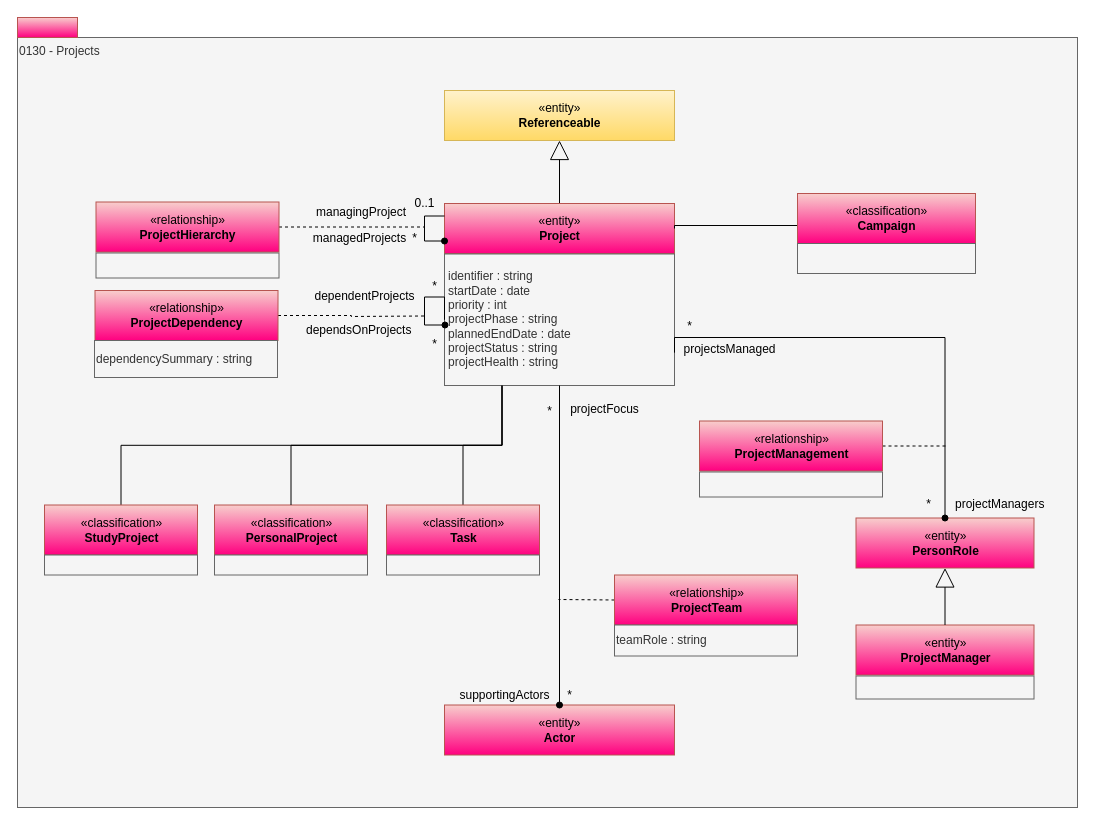
This is page "0130-Projects" (11 of 16) of site/docs/types/1/area-1-collaboration.drawio from odpi/egeria-docs, a draw.io file, before an edit. Source tidied: cells renumbered, new cells numbered last; positions are measured from the earlier drawing's top-left corner, leaving out a move shared by most shapes. Both pictures are drawn from the tidied source at 100%, with x=0, y=0 at pixel (17, 17).
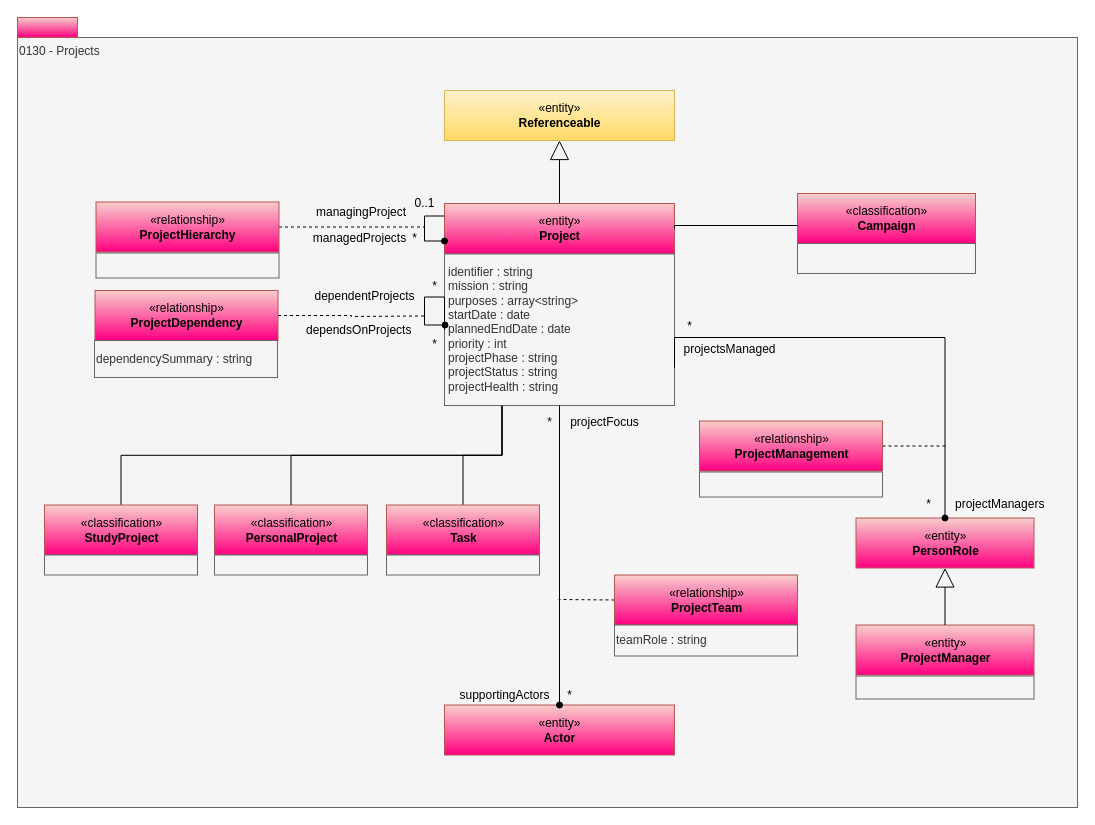
Above is the later version.

Change to the diagram source:
```diff
@@
-    <mxCell id="8" value="identifier : string&lt;br&gt;startDate : date&lt;div&gt;priority : int&lt;br&gt;&lt;div&gt;projectPhase : string&lt;br&gt;plannedEndDate : date&lt;br&gt;projectStatus : string&lt;div&gt;projectHealth : string&lt;/div&gt;&lt;/div&gt;&lt;/div&gt;" style="rounded=0;whiteSpace=wrap;html=1;align=left;spacingLeft=2;fillColor=#f5f5f5;fontColor=#333333;strokeColor=#666666;" parent="1" vertex="1">
-      <mxGeometry x="427" y="236.5" width="230" height="131.5" as="geometry" />
+    <mxCell id="8" value="identifier : string&lt;div&gt;mission : string&lt;/div&gt;&lt;div&gt;purposes : array&amp;lt;string&amp;gt;&lt;br&gt;startDate : date&lt;/div&gt;&lt;div&gt;plannedEndDate : date&lt;br&gt;&lt;div&gt;priority : int&lt;br&gt;&lt;div&gt;projectPhase : string&lt;br&gt;projectStatus : string&lt;div&gt;projectHealth : string&lt;/div&gt;&lt;/div&gt;&lt;/div&gt;&lt;/div&gt;" style="rounded=0;whiteSpace=wrap;html=1;align=left;spacingLeft=2;fillColor=#f5f5f5;fontColor=#333333;strokeColor=#666666;" parent="1" vertex="1">
+      <mxGeometry x="427" y="236.5" width="230" height="151.5" as="geometry" />
     </mxCell>
@@
     <mxCell id="34" value="*" style="text;html=1;align=center;verticalAlign=top;spacingTop=-4;" parent="1" vertex="1">
-      <mxGeometry x="522" y="383.5" width="20" height="20" as="geometry" />
+      <mxGeometry x="522" y="395" width="20" height="20" as="geometry" />
     </mxCell>
@@
     <mxCell id="36" value="projectFocus" style="text;html=1;align=center;verticalAlign=top;spacingTop=-4;" parent="1" vertex="1">
-      <mxGeometry x="547" y="382" width="80" height="20" as="geometry" />
+      <mxGeometry x="547" y="395" width="80" height="20" as="geometry" />
     </mxCell>
```
